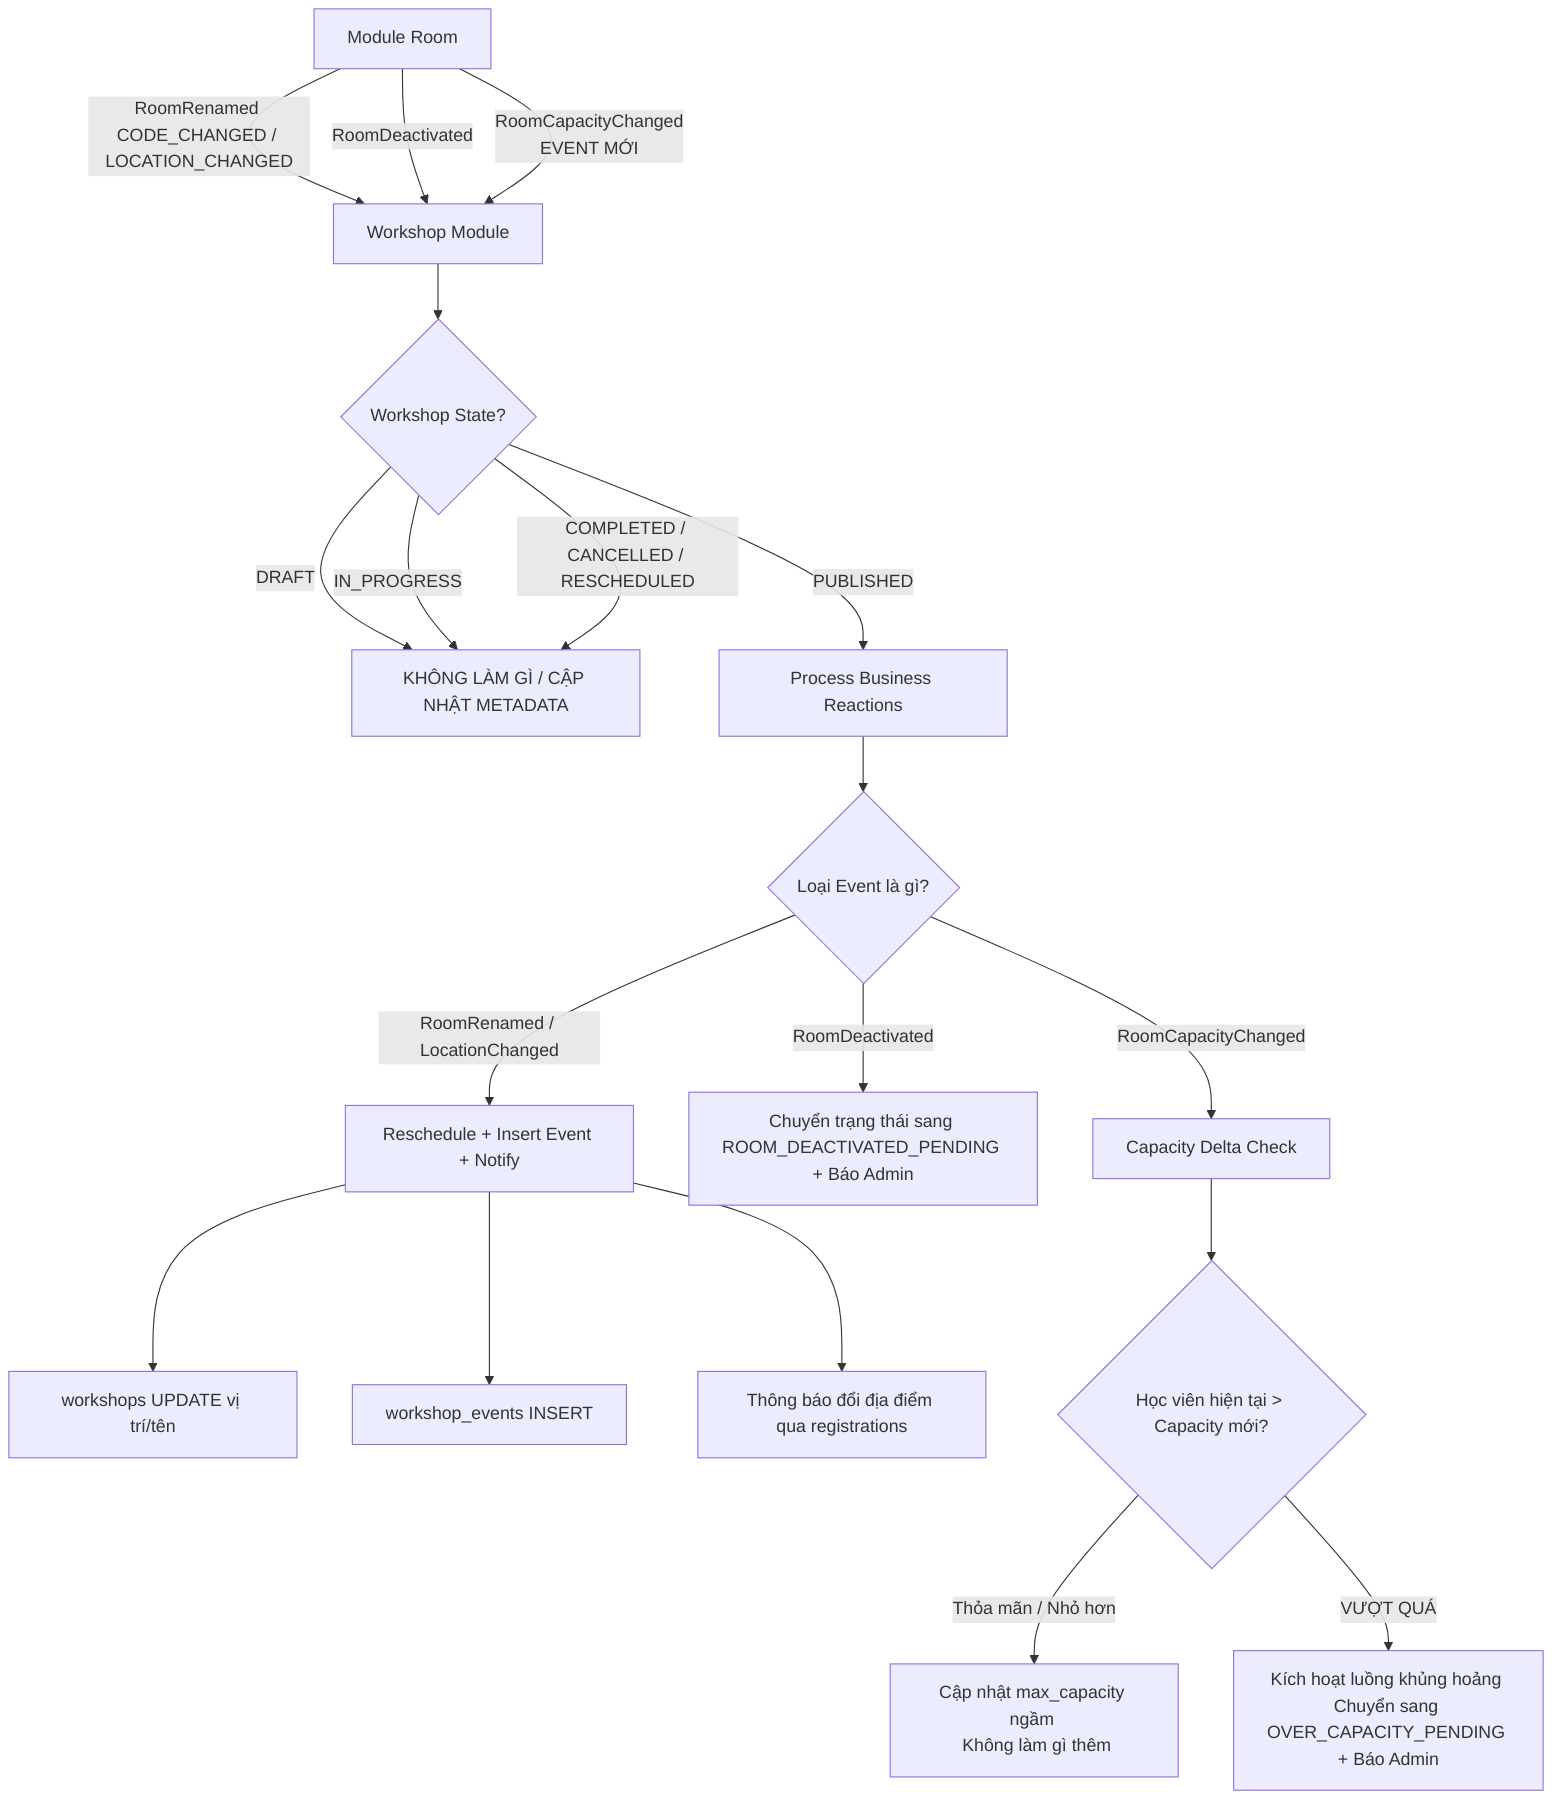
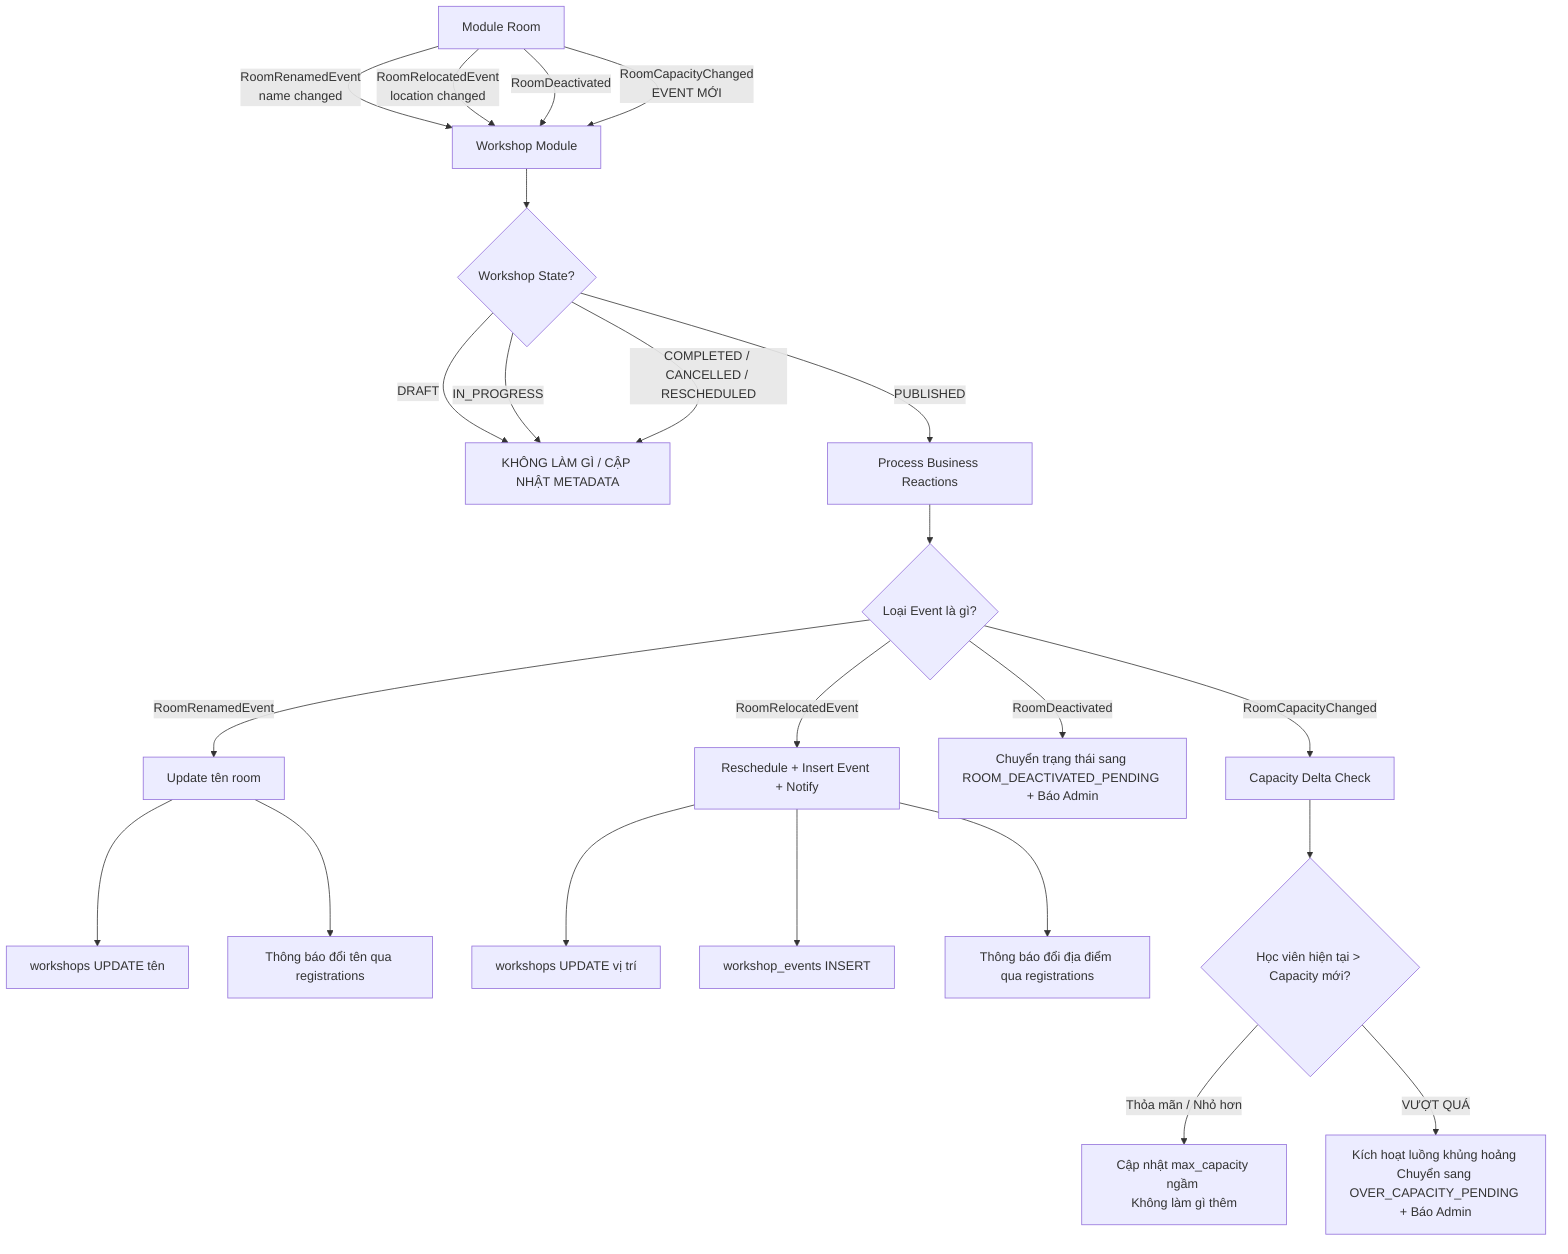
graph TD
-     A[Module Room] -->|RoomRenamed <br>CODE_CHANGED / LOCATION_CHANGED| B[Workshop Module]
+     A[Module Room] -->|RoomRenamedEvent <br>name changed| B[Workshop Module]
+     A -->|RoomRelocatedEvent <br>location changed| B
    A -->|RoomDeactivated| B
    A -->|RoomCapacityChanged <br>EVENT MỚI| B

    B --> C{Workshop State?}

    C -->|DRAFT| D[KHÔNG LÀM GÌ / CẬP NHẬT METADATA]
    C -->|IN_PROGRESS| D
    C -->|COMPLETED / CANCELLED / RESCHEDULED| D

    C -->|PUBLISHED| E[Process Business Reactions]

    %% Tiêu điểm xử lý tại nhánh PUBLISHED
    E --> E1{Loại Event là gì?}

-     E1 -->|RoomRenamed / LocationChanged| E_Loc[Reschedule + Insert Event + Notify]
-     E_Loc --> J1[workshops UPDATE vị trí/tên]
-     E_Loc --> K1[workshop_events INSERT]
-     E_Loc --> L1[Thông báo đổi địa điểm qua registrations]
+     E1 -->|RoomRenamedEvent| E_Name[Update tên room]
+     E_Name --> J1[workshops UPDATE tên]
+     E_Name --> K1[Thông báo đổi tên qua registrations]
+ 
+     E1 -->|RoomRelocatedEvent| E_Loc[Reschedule + Insert Event + Notify]
+     E_Loc --> J2[workshops UPDATE vị trí]
+     E_Loc --> K2[workshop_events INSERT]
+     E_Loc --> L2[Thông báo đổi địa điểm qua registrations]

    E1 -->|RoomDeactivated| E_Deact[Chuyển trạng thái sang <br>ROOM_DEACTIVATED_PENDING + Báo Admin]

    E1 -->|RoomCapacityChanged| E_Cap[Capacity Delta Check]
    E_Cap --> E_Cap_Check{Học viên hiện tại > Capacity mới?}
-     E_Cap_Check -->|Thỏa mãn / Nhỏ hơn| E_Cap_OK[Cập nhật max_capacity ngầm <br> Không làm gì thêm]
-     E_Cap_Check -->|VƯỢT QUÁ| E_Cap_Crisis[Kích hoạt luồng khủng hoảng <br>Chuyển sang OVER_CAPACITY_PENDING + Báo Admin]+     E_Cap_Check -->|Thỏa mãn / Nhỏ hơn| E_Cap_OK[Cập nhật max_capacity ngầm <br>Không làm gì thêm]
+     E_Cap_Check -->|VƯỢT QUÁ| E_Cap_Crisis[Kích hoạt luồng khủng hoảng <br>Chuyển sang OVER_CAPACITY_PENDING + Báo Admin]
